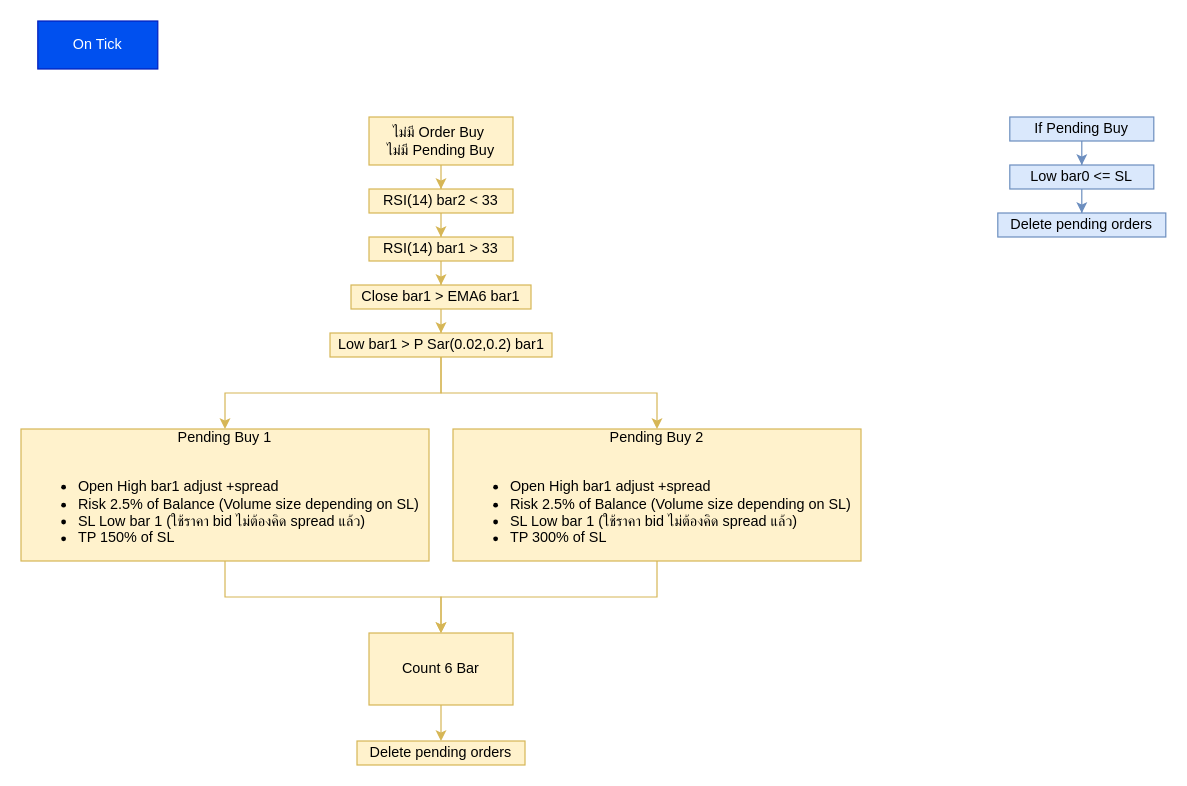
Above: page "Flowchart System" (1 of 2) of Red Gold.drawio in devilsohan/TDW-share-technic-trader (draw.io), before the change. Source tidied: cells renumbered, new cells numbered last; positions are measured from the earlier drawing's top-left corner, leaving out a move shared by most shapes. Both pictures are drawn from the tidied source at 120%, with x=0, y=0 at pixel (20, 20).
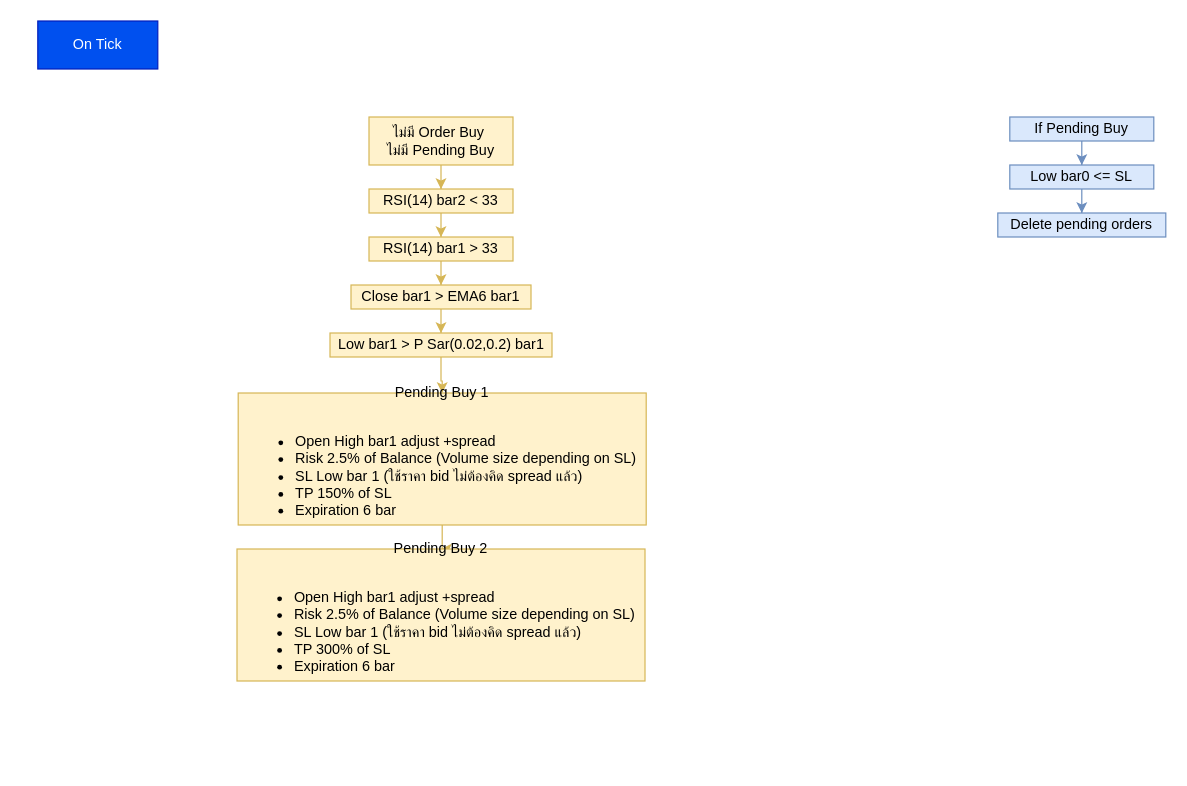
The same page after the edit.

Commit message:
expire pending

Unchanged cells that the change refers to:
```xml
<mxCell id="12" value="Low bar1 &amp;gt; P Sar(0.02,0.2) bar1" style="whiteSpace=wrap;html=1;backgroundOutline=0;fillColor=#fff2cc;strokeColor=#d6b656;" parent="1" vertex="1">
  <mxGeometry x="257.5" y="260" width="185" height="20" as="geometry" />
</mxCell>
```

Change to the diagram source:
```diff
@@
-    <mxCell id="11" style="edgeStyle=orthogonalEdgeStyle;rounded=0;jettySize=auto;html=1;backgroundOutline=0;fillColor=#fff2cc;strokeColor=#d6b656;" parent="1" edge="1" source="12" target="17">
-      <mxGeometry relative="1" as="geometry" />
-    </mxCell>
@@
-    <mxCell id="13" style="edgeStyle=orthogonalEdgeStyle;rounded=0;jettySize=auto;html=1;fillColor=#fff2cc;strokeColor=#d6b656;" parent="1" edge="1" source="14" target="24">
-      <mxGeometry relative="1" as="geometry" />
-    </mxCell>
+    <mxCell id="26" style="edgeStyle=orthogonalEdgeStyle;rounded=0;jettySize=auto;html=1;fillColor=#fff2cc;strokeColor=#d6b656;" parent="1" edge="1" source="14" target="17">
+      <mxGeometry relative="1" as="geometry" />
+    </mxCell>
-    <mxCell id="14" value="Pending Buy 1&lt;br&gt;&lt;br&gt;&lt;ul&gt;&lt;li style=&quot;text-align: left&quot;&gt;Open High bar1 adjust +spread&lt;/li&gt;&lt;li&gt;Risk 2.5% of Balance (Volume size depending on SL)&lt;/li&gt;&lt;li style=&quot;text-align: left&quot;&gt;SL Low bar 1 (ใช้ราคา bid ไม่ต้องคิด spread แล้ว)&lt;/li&gt;&lt;li style=&quot;text-align: left&quot;&gt;TP 150% of SL&lt;/li&gt;&lt;/ul&gt;" style="whiteSpace=wrap;html=1;imageVerticalAlign=middle;align=center;backgroundOutline=0;fillColor=#fff2cc;strokeColor=#d6b656;" parent="1" vertex="1">
-      <mxGeometry y="340" width="340" height="110" as="geometry" />
+    <mxCell id="14" value="Pending Buy 1&lt;br&gt;&lt;br&gt;&lt;ul&gt;&lt;li style=&quot;text-align: left&quot;&gt;Open High bar1 adjust +spread&lt;/li&gt;&lt;li&gt;Risk 2.5% of Balance (Volume size depending on SL)&lt;/li&gt;&lt;li style=&quot;text-align: left&quot;&gt;SL Low bar 1 (ใช้ราคา bid ไม่ต้องคิด spread แล้ว)&lt;/li&gt;&lt;li style=&quot;text-align: left&quot;&gt;TP 150% of SL&lt;/li&gt;&lt;li style=&quot;text-align: left&quot;&gt;Expiration 6 bar&lt;/li&gt;&lt;/ul&gt;" style="whiteSpace=wrap;html=1;imageVerticalAlign=middle;align=center;backgroundOutline=0;fillColor=#fff2cc;strokeColor=#d6b656;" parent="1" vertex="1">
+      <mxGeometry x="181" y="310" width="340" height="110" as="geometry" />
     </mxCell>
@@
-    <mxCell id="16" style="edgeStyle=orthogonalEdgeStyle;rounded=0;jettySize=auto;html=1;fillColor=#fff2cc;strokeColor=#d6b656;" parent="1" edge="1" source="17" target="24">
-      <mxGeometry relative="1" as="geometry" />
-    </mxCell>
-    <mxCell id="17" value="Pending Buy 2&lt;br&gt;&lt;br&gt;&lt;ul&gt;&lt;li style=&quot;text-align: left&quot;&gt;Open High bar1 adjust +spread&lt;/li&gt;&lt;li&gt;Risk 2.5% of Balance (Volume size depending on SL)&lt;/li&gt;&lt;li style=&quot;text-align: left&quot;&gt;SL Low bar 1 (ใช้ราคา bid ไม่ต้องคิด spread แล้ว)&lt;/li&gt;&lt;li style=&quot;text-align: left&quot;&gt;TP 300% of SL&lt;/li&gt;&lt;/ul&gt;" style="whiteSpace=wrap;html=1;imageVerticalAlign=middle;align=center;backgroundOutline=0;fillColor=#fff2cc;strokeColor=#d6b656;" parent="1" vertex="1">
-      <mxGeometry x="360" y="340" width="340" height="110" as="geometry" />
+    <mxCell id="17" value="Pending Buy 2&lt;br&gt;&lt;br&gt;&lt;ul&gt;&lt;li style=&quot;text-align: left&quot;&gt;Open High bar1 adjust +spread&lt;/li&gt;&lt;li&gt;Risk 2.5% of Balance (Volume size depending on SL)&lt;/li&gt;&lt;li style=&quot;text-align: left&quot;&gt;SL Low bar 1 (ใช้ราคา bid ไม่ต้องคิด spread แล้ว)&lt;/li&gt;&lt;li style=&quot;text-align: left&quot;&gt;TP 300% of SL&lt;/li&gt;&lt;li style=&quot;text-align: left&quot;&gt;Expiration 6 bar&lt;/li&gt;&lt;/ul&gt;" style="whiteSpace=wrap;html=1;imageVerticalAlign=middle;align=center;backgroundOutline=0;fillColor=#fff2cc;strokeColor=#d6b656;" parent="1" vertex="1">
+      <mxGeometry x="180" y="440" width="340" height="110" as="geometry" />
     </mxCell>
@@
-    <mxCell id="23" style="edgeStyle=orthogonalEdgeStyle;rounded=0;jettySize=auto;html=1;fillColor=#fff2cc;strokeColor=#d6b656;" parent="1" edge="1" source="24" target="25">
-      <mxGeometry relative="1" as="geometry" />
-    </mxCell>
-    <mxCell id="24" value="Count 6 Bar" style="whiteSpace=wrap;html=1;fillColor=#fff2cc;strokeColor=#d6b656;" parent="1" vertex="1">
-      <mxGeometry x="290" y="510" width="120" height="60" as="geometry" />
-    </mxCell>
-    <mxCell id="25" value="Delete pending orders" style="whiteSpace=wrap;html=1;fillColor=#fff2cc;strokeColor=#d6b656;" parent="1" vertex="1">
-      <mxGeometry x="280" y="600" width="140" height="20" as="geometry" />
-    </mxCell>
```
